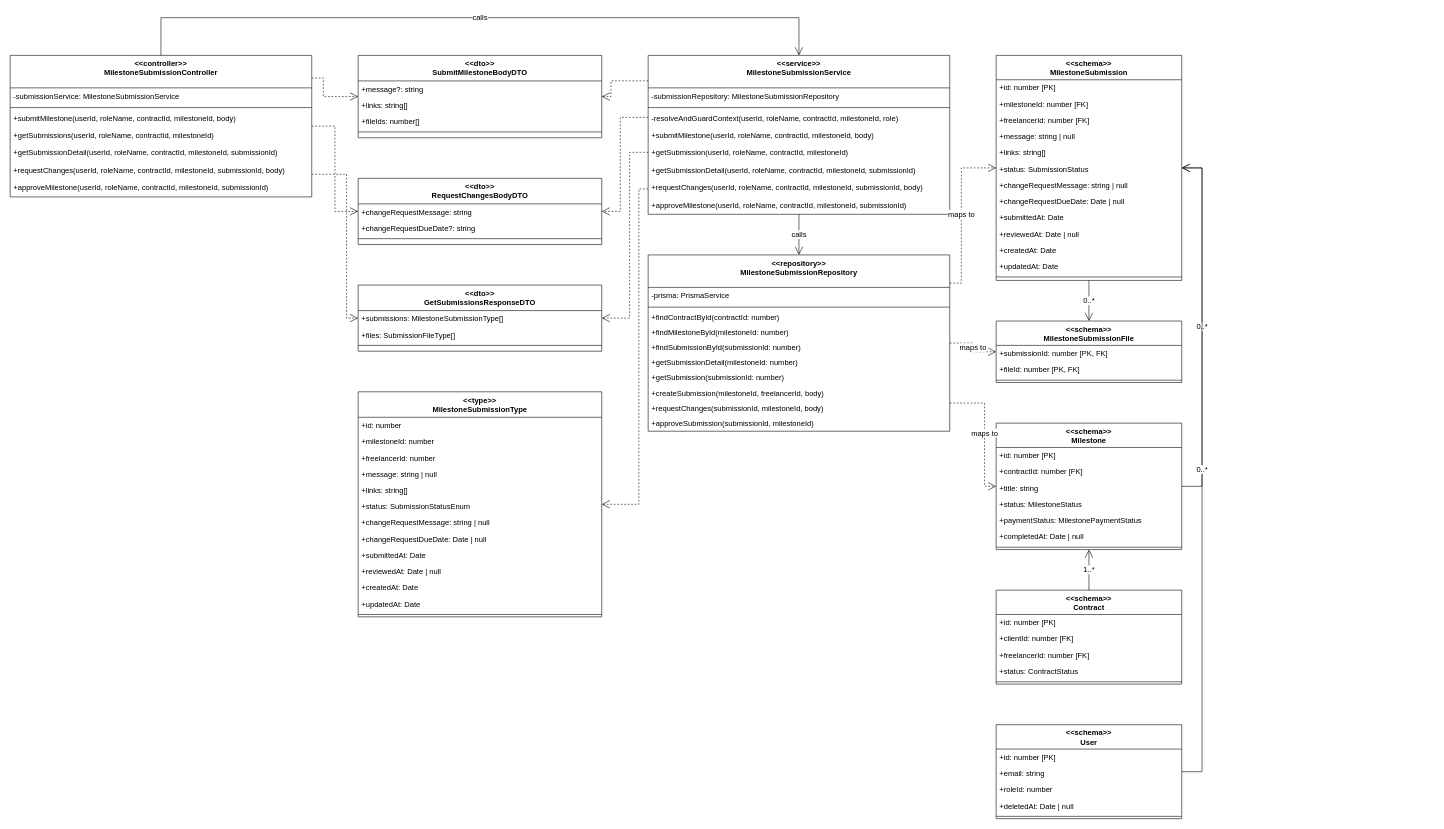
This is class-diagrams/UC-26_Manage_Milestone_Submission_Class_Diagram.drawio from Thunggg/Frevia, a draw.io file, before an edit. Source tidied: cells renumbered, new cells numbered last; positions are measured from the earlier drawing's top-left corner, leaving out a move shared by most shapes. Both pictures are drawn from the tidied source at 58%, with x=0, y=0 at pixel (10, 17).
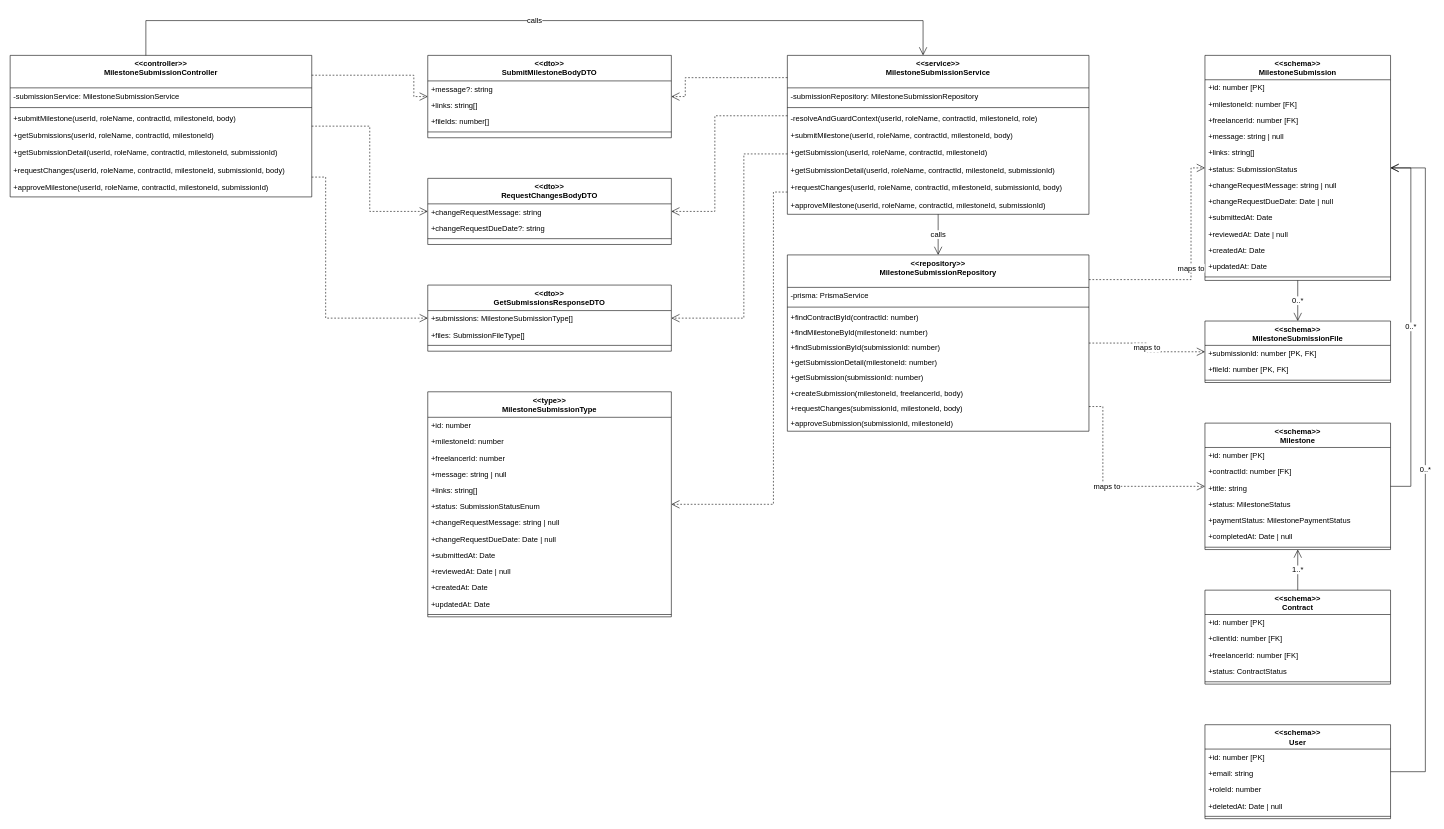
The same diagram, later.

The change refers to these unchanged cells:
```xml
<mxCell id="2" value="&lt;&lt;controller&gt;&gt;&#10;MilestoneSubmissionController" style="swimlane;fontStyle=1;align=center;verticalAlign=top;horizontal=1;startSize=56;fontSize=13;labelBackgroundColor=none;" parent="1" vertex="1">
  <mxGeometry y="65" width="520" height="244" as="geometry" />
</mxCell>
```

What changed in the source:
```diff
@@
     <mxCell id="10" value="&lt;&lt;dto&gt;&gt;&#10;SubmitMilestoneBodyDTO" style="swimlane;fontStyle=1;align=center;verticalAlign=top;horizontal=1;startSize=44;fontSize=13;labelBackgroundColor=none;" parent="1" vertex="1">
-      <mxGeometry x="600" y="65" width="420" height="142" as="geometry" />
+      <mxGeometry x="720" y="65" width="420" height="142" as="geometry" />
     </mxCell>
@@
     <mxCell id="15" value="&lt;&lt;dto&gt;&gt;&#10;RequestChangesBodyDTO" style="swimlane;fontStyle=1;align=center;verticalAlign=top;horizontal=1;startSize=44;fontSize=13;labelBackgroundColor=none;" parent="1" vertex="1">
-      <mxGeometry x="600" y="277" width="420" height="114" as="geometry" />
+      <mxGeometry x="720" y="277" width="420" height="114" as="geometry" />
     </mxCell>
@@
     <mxCell id="19" value="&lt;&lt;dto&gt;&gt;&#10;GetSubmissionsResponseDTO" style="swimlane;fontStyle=1;align=center;verticalAlign=top;horizontal=1;startSize=44;fontSize=13;labelBackgroundColor=none;" parent="1" vertex="1">
-      <mxGeometry x="600" y="461" width="420" height="114" as="geometry" />
+      <mxGeometry x="720" y="461" width="420" height="114" as="geometry" />
     </mxCell>
@@
     <mxCell id="23" value="&lt;&lt;type&gt;&gt;&#10;MilestoneSubmissionType" style="swimlane;fontStyle=1;align=center;verticalAlign=top;horizontal=1;startSize=44;fontSize=13;labelBackgroundColor=none;" parent="1" vertex="1">
-      <mxGeometry x="600" y="645" width="420" height="388" as="geometry" />
+      <mxGeometry x="720" y="645" width="420" height="388" as="geometry" />
     </mxCell>
@@
     <mxCell id="37" value="&lt;&lt;service&gt;&gt;&#10;MilestoneSubmissionService" style="swimlane;fontStyle=1;align=center;verticalAlign=top;horizontal=1;startSize=56;fontSize=13;labelBackgroundColor=none;" parent="1" vertex="1">
-      <mxGeometry x="1100" y="65" width="520" height="274" as="geometry" />
+      <mxGeometry x="1340" y="65" width="520" height="274" as="geometry" />
     </mxCell>
@@
     <mxCell id="46" value="&lt;&lt;repository&gt;&gt;&#10;MilestoneSubmissionRepository" style="swimlane;fontStyle=1;align=center;verticalAlign=top;horizontal=1;startSize=56;fontSize=13;labelBackgroundColor=none;" parent="1" vertex="1">
-      <mxGeometry x="1100" y="409" width="520" height="304" as="geometry" />
+      <mxGeometry x="1340" y="409" width="520" height="304" as="geometry" />
     </mxCell>
@@
     <mxCell id="57" value="&lt;&lt;schema&gt;&gt;&#10;MilestoneSubmission" style="swimlane;fontStyle=1;align=center;verticalAlign=top;horizontal=1;startSize=42;fontSize=13;labelBackgroundColor=none;" parent="1" vertex="1">
-      <mxGeometry x="1700" y="65" width="320" height="388" as="geometry" />
+      <mxGeometry x="2060" y="65" width="320" height="388" as="geometry" />
     </mxCell>
@@
     <mxCell id="71" value="&lt;&lt;schema&gt;&gt;&#10;MilestoneSubmissionFile" style="swimlane;fontStyle=1;align=center;verticalAlign=top;horizontal=1;startSize=42;fontSize=13;labelBackgroundColor=none;" parent="1" vertex="1">
-      <mxGeometry x="1700" y="523" width="320" height="106" as="geometry" />
+      <mxGeometry x="2060" y="523" width="320" height="106" as="geometry" />
     </mxCell>
@@
     <mxCell id="75" value="&lt;&lt;schema&gt;&gt;&#10;Milestone" style="swimlane;fontStyle=1;align=center;verticalAlign=top;horizontal=1;startSize=42;fontSize=13;labelBackgroundColor=none;" parent="1" vertex="1">
-      <mxGeometry x="1700" y="699" width="320" height="218" as="geometry" />
+      <mxGeometry x="2060" y="699" width="320" height="218" as="geometry" />
     </mxCell>
@@
     <mxCell id="83" value="&lt;&lt;schema&gt;&gt;&#10;Contract" style="swimlane;fontStyle=1;align=center;verticalAlign=top;horizontal=1;startSize=42;fontSize=13;labelBackgroundColor=none;" parent="1" vertex="1">
-      <mxGeometry x="1700" y="987" width="320" height="162" as="geometry" />
+      <mxGeometry x="2060" y="987" width="320" height="162" as="geometry" />
     </mxCell>
@@
     <mxCell id="89" value="&lt;&lt;schema&gt;&gt;&#10;User" style="swimlane;fontStyle=1;align=center;verticalAlign=top;horizontal=1;startSize=42;fontSize=13;labelBackgroundColor=none;" parent="1" vertex="1">
-      <mxGeometry x="1700" y="1219" width="320" height="162" as="geometry" />
+      <mxGeometry x="2060" y="1219" width="320" height="162" as="geometry" />
     </mxCell>
@@
-    <mxCell id="95" value="calls" style="edgeStyle=orthogonalEdgeStyle;rounded=0;jettySize=auto;html=1;startArrow=none;endArrow=open;endSize=12;fontSize=13;labelBackgroundColor=#ffffff;exitX=0.5;exitY=0.0;exitDx=0;exitDy=0;entryX=0.5;entryY=0.0;entryDx=0;entryDy=0;" parent="1" edge="1" source="2" target="37">
+    <mxCell id="95" value="calls" style="edgeStyle=orthogonalEdgeStyle;rounded=0;jettySize=auto;html=1;startArrow=none;endArrow=open;endSize=12;fontSize=13;labelBackgroundColor=#ffffff;exitX=0.45;exitY=0.0;exitDx=0;exitDy=0;entryX=0.45;entryY=0.0;entryDx=0;entryDy=0;" parent="1" edge="1" source="2" target="37">
       <mxGeometry relative="1" as="geometry">
         <Array as="points">
-          <mxPoint x="260" />
-          <mxPoint x="1360" />
+          <mxPoint x="234" y="5" />
+          <mxPoint x="1574" y="5" />
         </Array>
       </mxGeometry>
     </mxCell>
-    <mxCell id="96" style="edgeStyle=orthogonalEdgeStyle;rounded=0;jettySize=auto;html=1;dashed=1;startArrow=none;endArrow=open;endSize=12;fontSize=13;labelBackgroundColor=#ffffff;exitX=1.0;exitY=0.16;exitDx=0;exitDy=0;entryX=0.0;entryY=0.5;entryDx=0;entryDy=0;" parent="1" edge="1" source="2" target="10">
+    <mxCell id="96" style="edgeStyle=orthogonalEdgeStyle;rounded=0;jettySize=auto;html=1;dashed=1;startArrow=none;endArrow=open;endSize=12;fontSize=13;labelBackgroundColor=#ffffff;exitX=1.0;exitY=0.14;exitDx=0;exitDy=0;entryX=0.0;entryY=0.5;entryDx=0;entryDy=0;" parent="1" edge="1" source="2" target="10">
       <mxGeometry relative="1" as="geometry">
         <Array as="points">
-          <mxPoint x="540" y="104" />
-          <mxPoint x="540" y="136" />
+          <mxPoint x="696" y="99" />
+          <mxPoint x="696" y="136" />
         </Array>
       </mxGeometry>
     </mxCell>
-    <mxCell id="97" style="edgeStyle=orthogonalEdgeStyle;rounded=0;jettySize=auto;html=1;dashed=1;startArrow=none;endArrow=open;endSize=12;fontSize=13;labelBackgroundColor=#ffffff;exitX=0.0;exitY=0.16;exitDx=0;exitDy=0;entryX=1.0;entryY=0.5;entryDx=0;entryDy=0;" parent="1" edge="1" source="37" target="10">
+    <mxCell id="97" style="edgeStyle=orthogonalEdgeStyle;rounded=0;jettySize=auto;html=1;dashed=1;startArrow=none;endArrow=open;endSize=12;fontSize=13;labelBackgroundColor=#ffffff;exitX=0.0;exitY=0.14;exitDx=0;exitDy=0;entryX=1.0;entryY=0.5;entryDx=0;entryDy=0;" parent="1" edge="1" source="37" target="10">
       <mxGeometry relative="1" as="geometry">
         <Array as="points">
-          <mxPoint x="1036" y="109" />
-          <mxPoint x="1036" y="136" />
+          <mxPoint x="1164" y="103" />
+          <mxPoint x="1164" y="136" />
         </Array>
       </mxGeometry>
     </mxCell>
     <mxCell id="98" style="edgeStyle=orthogonalEdgeStyle;rounded=0;jettySize=auto;html=1;dashed=1;startArrow=none;endArrow=open;endSize=12;fontSize=13;labelBackgroundColor=#ffffff;exitX=1.0;exitY=0.5;exitDx=0;exitDy=0;entryX=0.0;entryY=0.5;entryDx=0;entryDy=0;" parent="1" edge="1" source="2" target="15">
       <mxGeometry relative="1" as="geometry">
         <Array as="points">
-          <mxPoint x="560" y="187" />
-          <mxPoint x="560" y="334" />
+          <mxPoint x="620" y="187" />
+          <mxPoint x="620" y="334" />
         </Array>
       </mxGeometry>
     </mxCell>
-    <mxCell id="99" style="edgeStyle=orthogonalEdgeStyle;rounded=0;jettySize=auto;html=1;dashed=1;startArrow=none;endArrow=open;endSize=12;fontSize=13;labelBackgroundColor=#ffffff;exitX=0.0;exitY=0.39;exitDx=0;exitDy=0;entryX=1.0;entryY=0.5;entryDx=0;entryDy=0;" parent="1" edge="1" source="37" target="15">
+    <mxCell id="99" style="edgeStyle=orthogonalEdgeStyle;rounded=0;jettySize=auto;html=1;dashed=1;startArrow=none;endArrow=open;endSize=12;fontSize=13;labelBackgroundColor=#ffffff;exitX=0.0;exitY=0.38;exitDx=0;exitDy=0;entryX=1.0;entryY=0.5;entryDx=0;entryDy=0;" parent="1" edge="1" source="37" target="15">
       <mxGeometry relative="1" as="geometry">
         <Array as="points">
-          <mxPoint x="1052" y="172" />
-          <mxPoint x="1052" y="334" />
+          <mxPoint x="1215" y="169" />
+          <mxPoint x="1215" y="334" />
         </Array>
       </mxGeometry>
     </mxCell>
-    <mxCell id="100" style="edgeStyle=orthogonalEdgeStyle;rounded=0;jettySize=auto;html=1;dashed=1;startArrow=none;endArrow=open;endSize=12;fontSize=13;labelBackgroundColor=#ffffff;exitX=1.0;exitY=0.84;exitDx=0;exitDy=0;entryX=0.0;entryY=0.5;entryDx=0;entryDy=0;" parent="1" edge="1" source="2" target="19">
+    <mxCell id="100" style="edgeStyle=orthogonalEdgeStyle;rounded=0;jettySize=auto;html=1;dashed=1;startArrow=none;endArrow=open;endSize=12;fontSize=13;labelBackgroundColor=#ffffff;exitX=1.0;exitY=0.86;exitDx=0;exitDy=0;entryX=0.0;entryY=0.5;entryDx=0;entryDy=0;" parent="1" edge="1" source="2" target="19">
       <mxGeometry relative="1" as="geometry">
         <Array as="points">
-          <mxPoint x="580" y="270" />
-          <mxPoint x="580" y="518" />
+          <mxPoint x="544" y="275" />
+          <mxPoint x="544" y="518" />
         </Array>
       </mxGeometry>
     </mxCell>
-    <mxCell id="101" style="edgeStyle=orthogonalEdgeStyle;rounded=0;jettySize=auto;html=1;dashed=1;startArrow=none;endArrow=open;endSize=12;fontSize=13;labelBackgroundColor=#ffffff;exitX=0.0;exitY=0.61;exitDx=0;exitDy=0;entryX=1.0;entryY=0.5;entryDx=0;entryDy=0;" parent="1" edge="1" source="37" target="19">
+    <mxCell id="101" style="edgeStyle=orthogonalEdgeStyle;rounded=0;jettySize=auto;html=1;dashed=1;startArrow=none;endArrow=open;endSize=12;fontSize=13;labelBackgroundColor=#ffffff;exitX=0.0;exitY=0.62;exitDx=0;exitDy=0;entryX=1.0;entryY=0.5;entryDx=0;entryDy=0;" parent="1" edge="1" source="37" target="19">
       <mxGeometry relative="1" as="geometry">
         <Array as="points">
-          <mxPoint x="1068" y="232" />
-          <mxPoint x="1068" y="518" />
+          <mxPoint x="1265" y="235" />
+          <mxPoint x="1265" y="518" />
         </Array>
       </mxGeometry>
     </mxCell>
-    <mxCell id="102" style="edgeStyle=orthogonalEdgeStyle;rounded=0;jettySize=auto;html=1;dashed=1;startArrow=none;endArrow=open;endSize=12;fontSize=13;labelBackgroundColor=#ffffff;exitX=0.0;exitY=0.84;exitDx=0;exitDy=0;entryX=1.0;entryY=0.5;entryDx=0;entryDy=0;" parent="1" edge="1" source="37" target="23">
+    <mxCell id="102" style="edgeStyle=orthogonalEdgeStyle;rounded=0;jettySize=auto;html=1;dashed=1;startArrow=none;endArrow=open;endSize=12;fontSize=13;labelBackgroundColor=#ffffff;exitX=0.0;exitY=0.86;exitDx=0;exitDy=0;entryX=1.0;entryY=0.5;entryDx=0;entryDy=0;" parent="1" edge="1" source="37" target="23">
       <mxGeometry relative="1" as="geometry">
         <Array as="points">
-          <mxPoint x="1084" y="295" />
-          <mxPoint x="1084" y="839" />
+          <mxPoint x="1316" y="301" />
+          <mxPoint x="1316" y="839" />
         </Array>
       </mxGeometry>
     </mxCell>
@@
-    <mxCell id="104" value="maps to" style="edgeStyle=orthogonalEdgeStyle;rounded=0;jettySize=auto;html=1;dashed=1;startArrow=none;endArrow=open;endSize=12;fontSize=13;labelBackgroundColor=#ffffff;exitX=1.0;exitY=0.16;exitDx=0;exitDy=0;entryX=0.0;entryY=0.5;entryDx=0;entryDy=0;" parent="1" edge="1" source="46" target="57">
+    <mxCell id="104" value="maps to" style="edgeStyle=orthogonalEdgeStyle;rounded=0;jettySize=auto;html=1;dashed=1;startArrow=none;endArrow=open;endSize=12;fontSize=13;labelBackgroundColor=#ffffff;exitX=1.0;exitY=0.14;exitDx=0;exitDy=0;entryX=0.0;entryY=0.5;entryDx=0;entryDy=0;" parent="1" edge="1" source="46" target="57">
       <mxGeometry relative="1" as="geometry">
         <Array as="points">
-          <mxPoint x="1640" y="458" />
-          <mxPoint x="1640" y="259" />
+          <mxPoint x="2036" y="452" />
+          <mxPoint x="2036" y="259" />
         </Array>
       </mxGeometry>
     </mxCell>
     <mxCell id="105" value="maps to" style="edgeStyle=orthogonalEdgeStyle;rounded=0;jettySize=auto;html=1;dashed=1;startArrow=none;endArrow=open;endSize=12;fontSize=13;labelBackgroundColor=#ffffff;exitX=1.0;exitY=0.5;exitDx=0;exitDy=0;entryX=0.0;entryY=0.5;entryDx=0;entryDy=0;" parent="1" edge="1" source="46" target="71">
       <mxGeometry relative="1" as="geometry">
         <Array as="points">
-          <mxPoint x="1660" y="561" />
-          <mxPoint x="1660" y="576" />
+          <mxPoint x="1960" y="561" />
+          <mxPoint x="1960" y="576" />
         </Array>
       </mxGeometry>
     </mxCell>
-    <mxCell id="106" value="maps to" style="edgeStyle=orthogonalEdgeStyle;rounded=0;jettySize=auto;html=1;dashed=1;startArrow=none;endArrow=open;endSize=12;fontSize=13;labelBackgroundColor=#ffffff;exitX=1.0;exitY=0.84;exitDx=0;exitDy=0;entryX=0.0;entryY=0.5;entryDx=0;entryDy=0;" parent="1" edge="1" source="46" target="75">
+    <mxCell id="106" value="maps to" style="edgeStyle=orthogonalEdgeStyle;rounded=0;jettySize=auto;html=1;dashed=1;startArrow=none;endArrow=open;endSize=12;fontSize=13;labelBackgroundColor=#ffffff;exitX=1.0;exitY=0.86;exitDx=0;exitDy=0;entryX=0.0;entryY=0.5;entryDx=0;entryDy=0;" parent="1" edge="1" source="46" target="75">
       <mxGeometry relative="1" as="geometry">
         <Array as="points">
-          <mxPoint x="1680" y="664" />
-          <mxPoint x="1680" y="808" />
+          <mxPoint x="1884" y="670" />
+          <mxPoint x="1884" y="808" />
         </Array>
       </mxGeometry>
     </mxCell>
     <mxCell id="107" value="0..*" style="edgeStyle=orthogonalEdgeStyle;rounded=0;jettySize=auto;html=1;startArrow=none;endArrow=open;endSize=12;fontSize=13;labelBackgroundColor=#ffffff;exitX=1.0;exitY=0.5;exitDx=0;exitDy=0;entryX=1.0;entryY=0.5;entryDx=0;entryDy=0;" parent="1" edge="1" source="75" target="57">
       <mxGeometry relative="1" as="geometry">
         <Array as="points">
-          <mxPoint x="2055" y="808" />
-          <mxPoint x="2055" y="259" />
+          <mxPoint x="2415" y="808" />
+          <mxPoint x="2415" y="259" />
         </Array>
       </mxGeometry>
     </mxCell>
@@
     <mxCell id="110" value="0..*" style="edgeStyle=orthogonalEdgeStyle;rounded=0;jettySize=auto;html=1;startArrow=none;endArrow=open;endSize=12;fontSize=13;labelBackgroundColor=#ffffff;exitX=1.0;exitY=0.5;exitDx=0;exitDy=0;entryX=1.0;entryY=0.5;entryDx=0;entryDy=0;" parent="1" edge="1" source="89" target="57">
       <mxGeometry relative="1" as="geometry">
         <Array as="points">
-          <mxPoint x="2055" y="1300" />
-          <mxPoint x="2055" y="259" />
+          <mxPoint x="2440" y="1300" />
+          <mxPoint x="2440" y="259" />
         </Array>
       </mxGeometry>
     </mxCell>
```
